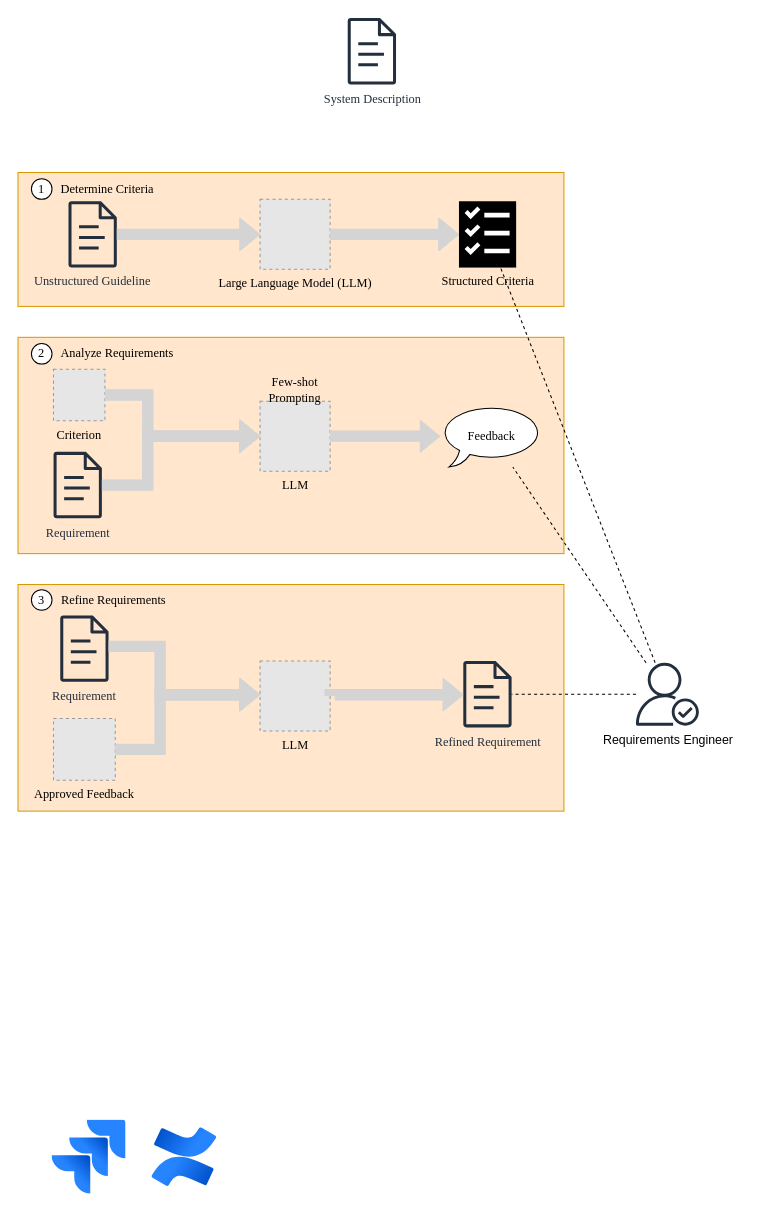
Before: Untitled Diagram.drawio in TizianDippold/llm-ticket-checker, a draw.io diagram. Source tidied: cells renumbered, new cells numbered last; positions are measured from the earlier drawing's top-left corner, leaving out a move shared by most shapes. Both pictures are drawn from the tidied source at 103%, with x=0, y=0 at pixel (18, 18). Pictures stored in the file or linked from it are replaced by grey dashed boxes.
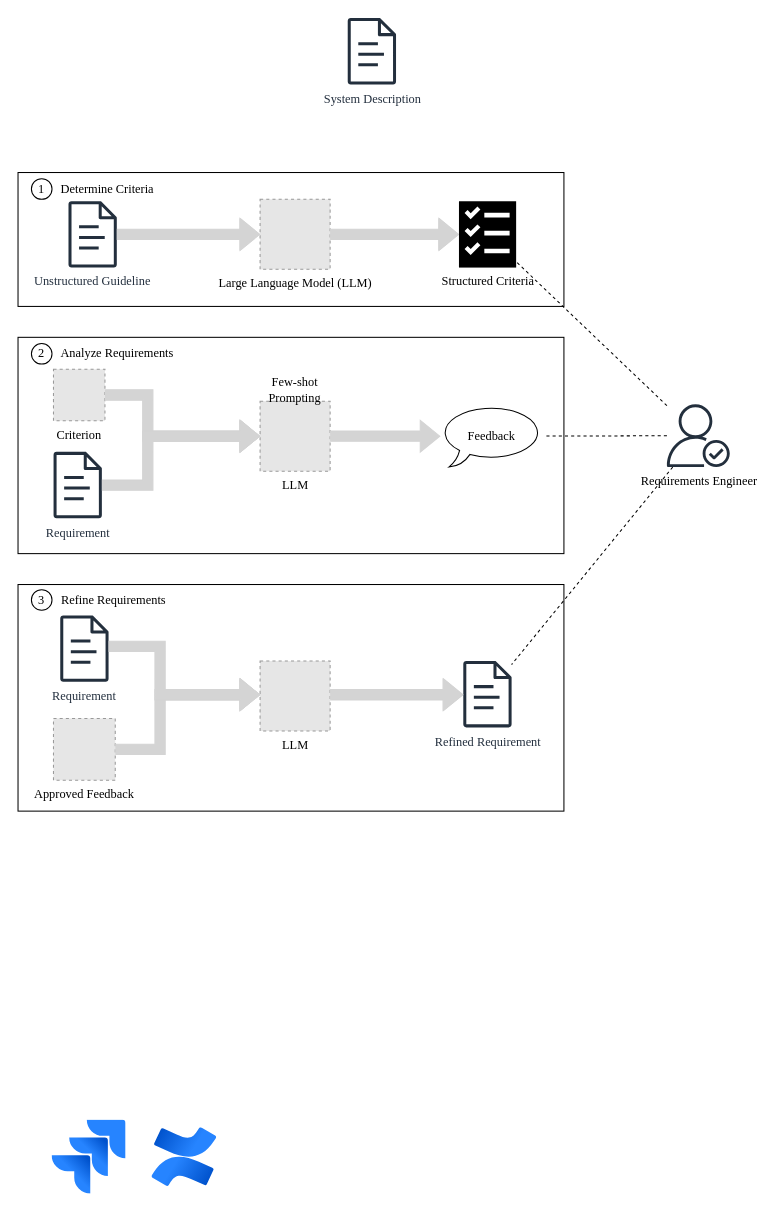
The same diagram, later.

The change refers to these unchanged cells:
```xml
<mxCell id="7" value="Structured Criteria" style="outlineConnect=0;dashed=0;verticalLabelPosition=bottom;verticalAlign=top;align=center;html=1;shape=mxgraph.aws3.checklist;fillColor=#000000;fontFamily=Times New Roman;" parent="1" vertex="1">
  <mxGeometry x="428.1" y="177.8" width="55.5" height="64.5" as="geometry" />
</mxCell>
<mxCell id="22" value="Feedback" style="whiteSpace=wrap;html=1;shape=mxgraph.basic.oval_callout;fontFamily=Times New Roman;" parent="1" vertex="1">
  <mxGeometry x="410" y="376" width="100" height="60" as="geometry" />
</mxCell>
<mxCell id="29" value="LLM" style="fillColor=#E6E6E6;strokeColor=#999999;dashed=1;html=1;verticalAlign=top;verticalLabelPosition=bottom;labelBackgroundColor=none;fontFamily=Times New Roman;" parent="1" vertex="1">
  <mxGeometry x="235" y="624.2" width="68" height="68" as="geometry" />
</mxCell>
<mxCell id="31" value="Refined Requirement" style="sketch=0;outlineConnect=0;fontColor=#232F3E;gradientColor=none;fillColor=#232F3D;strokeColor=none;dashed=0;verticalLabelPosition=bottom;verticalAlign=top;align=center;html=1;fontSize=12;fontStyle=0;shape=mxgraph.aws4.document;fontFamily=Times New Roman;" parent="1" vertex="1">
  <mxGeometry x="432.2" y="624.2" width="47.1" height="64.5" as="geometry" />
</mxCell>
```

Diff of the diagram source:
```diff
@@
-    <mxCell id="2" style="rounded=0;whiteSpace=wrap;html=1;fontFamily=Times New Roman;fillColor=#FFE6CC;strokeColor=#d79b00;" parent="1" vertex="1">
+    <mxCell id="2" style="rounded=0;whiteSpace=wrap;html=1;fontFamily=Times New Roman;" parent="1" vertex="1">
       <mxGeometry y="150" width="530" height="130" as="geometry" />
     </mxCell>
@@
-    <mxCell id="8" style="rounded=0;whiteSpace=wrap;html=1;fontFamily=Times New Roman;fillColor=#ffe6cc;strokeColor=#d79b00;" parent="1" vertex="1">
+    <mxCell id="8" style="rounded=0;whiteSpace=wrap;html=1;fontFamily=Times New Roman;" parent="1" vertex="1">
       <mxGeometry y="310" width="530" height="210" as="geometry" />
     </mxCell>
@@
-    <mxCell id="24" style="rounded=0;whiteSpace=wrap;html=1;fontFamily=Times New Roman;fillColor=#ffe6cc;strokeColor=#d79b00;" parent="1" vertex="1">
+    <mxCell id="24" style="rounded=0;whiteSpace=wrap;html=1;fontFamily=Times New Roman;" parent="1" vertex="1">
       <mxGeometry y="550" width="530" height="220" as="geometry" />
     </mxCell>
@@
-    <mxCell id="32" style="edgeStyle=orthogonalEdgeStyle;rounded=0;jettySize=auto;html=1;shape=flexArrow;fillColor=#D4D4D4;fillStyle=auto;strokeColor=#D4D4D4;fontFamily=Times New Roman;exitX=1;exitY=0.5;exitDx=0;exitDy=0;" parent="1" edge="1" source="29" target="31">
+    <mxCell id="32" style="edgeStyle=orthogonalEdgeStyle;rounded=0;jettySize=auto;html=1;shape=flexArrow;fillColor=#D4D4D4;fillStyle=auto;strokeColor=#D4D4D4;fontFamily=Times New Roman;" parent="1" edge="1" source="29" target="31">
       <mxGeometry relative="1" as="geometry">
         <Array as="points">
-          <mxPoint x="407.9" y="657" />
-          <mxPoint x="407.9" y="657" />
+          <mxPoint x="370" y="657" />
+          <mxPoint x="370" y="657" />
         </Array>
       </mxGeometry>
     </mxCell>
@@
-    <mxCell id="34" style="rounded=0;jettySize=auto;html=1;dashed=1;endArrow=none;endFill=0;" parent="1" edge="1" source="37" target="22">
+    <mxCell id="34" style="rounded=0;jettySize=auto;html=1;dashed=1;endArrow=none;endFill=0;fontFamily=Times New Roman;" parent="1" edge="1" source="37" target="22">
       <mxGeometry relative="1" as="geometry" />
     </mxCell>
-    <mxCell id="35" style="rounded=0;jettySize=auto;html=1;dashed=1;endArrow=none;endFill=0;" parent="1" edge="1" source="37" target="7">
+    <mxCell id="35" style="rounded=0;jettySize=auto;html=1;dashed=1;endArrow=none;endFill=0;fontFamily=Times New Roman;" parent="1" edge="1" source="37" target="7">
       <mxGeometry relative="1" as="geometry" />
     </mxCell>
-    <mxCell id="36" style="rounded=0;jettySize=auto;html=1;dashed=1;endArrow=none;endFill=0;" parent="1" edge="1" source="37" target="31">
+    <mxCell id="36" style="rounded=0;jettySize=auto;html=1;dashed=1;endArrow=none;endFill=0;fontFamily=Times New Roman;" parent="1" edge="1" source="37" target="31">
       <mxGeometry relative="1" as="geometry" />
     </mxCell>
-    <mxCell id="37" value="Requirements Engineer" style="sketch=0;outlineConnect=0;dashed=0;verticalLabelPosition=bottom;verticalAlign=top;align=center;html=1;fontSize=12;fontStyle=0;shape=mxgraph.aws4.authenticated_user;" parent="1" vertex="1">
-      <mxGeometry x="600" y="626" width="61" height="61" as="geometry" />
+    <mxCell id="37" value="Requirements Engineer" style="sketch=0;outlineConnect=0;dashed=0;verticalLabelPosition=bottom;verticalAlign=top;align=center;html=1;fontSize=12;fontStyle=0;shape=mxgraph.aws4.authenticated_user;fontFamily=Times New Roman;" parent="1" vertex="1">
+      <mxGeometry x="630" y="375" width="61" height="61" as="geometry" />
     </mxCell>
```
